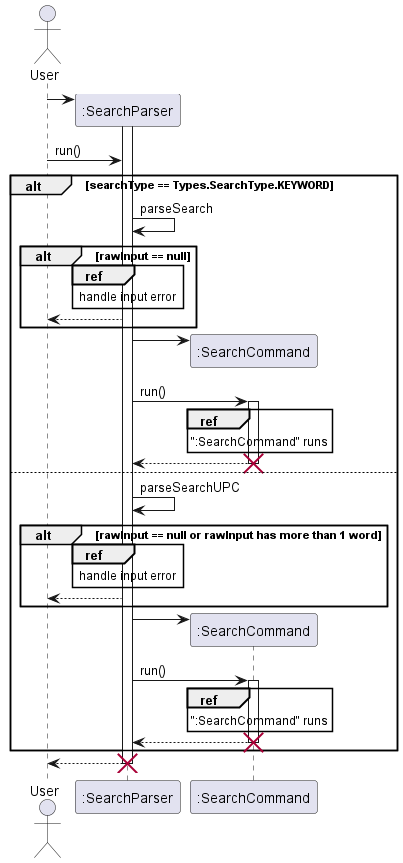
This is docs/UML/Search/SearchSequence.png from nus-cs2113-AY2223S2/tp, a PlantUML export, as it was before one commit.
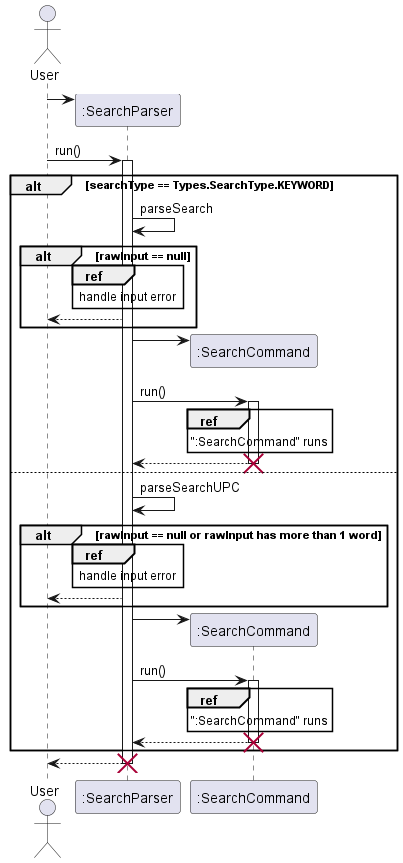
The same diagram one commit later.

Commit message:
Sequence diagram changes

Diff of the diagram source:
```diff
@@ -3,8 +3,8 @@
 actor User
 participant ":SearchParser"
 User -> ":SearchParser" **
+User -> ":SearchParser": run()
 activate ":SearchParser"
-User -> ":SearchParser": run()
 
 alt searchType == Types.SearchType.KEYWORD
     ":SearchParser" -> ":SearchParser": parseSearch
@@ -16,6 +16,7 @@
         end
         ":SearchParser" -> ":SearchCommand" ** :
         ":SearchParser" -> ":SearchCommand" ++ : run()
+
         ref over ":SearchCommand"
             ":SearchCommand" runs
         end ref
```
